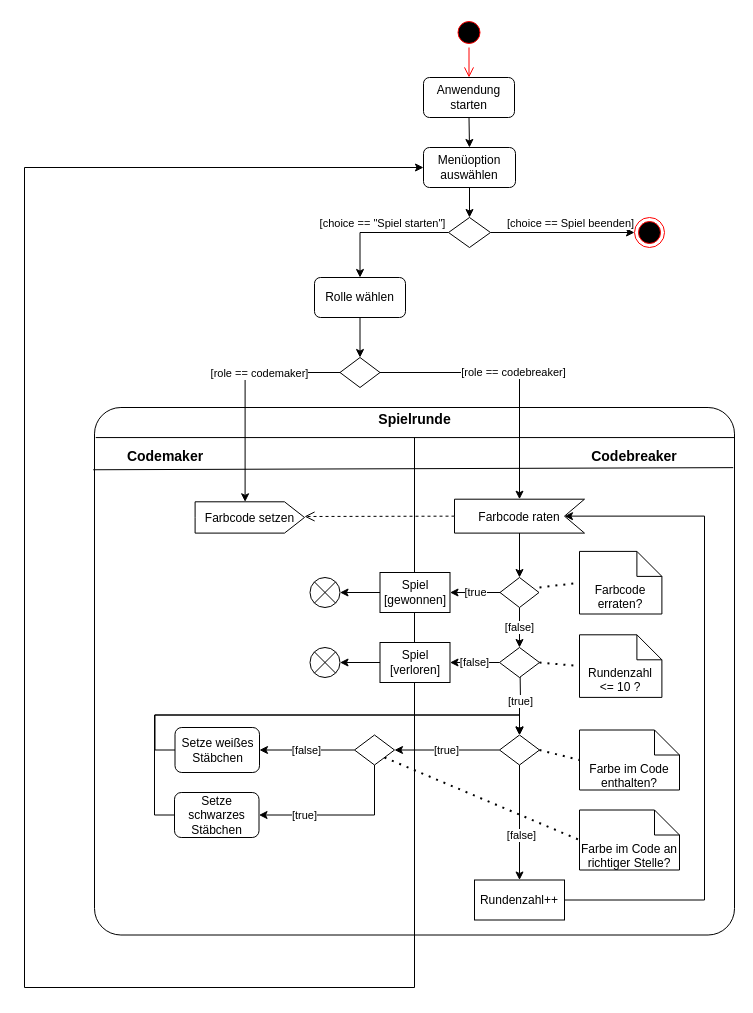
Above: diagrams/aktivitaetsdiagramm_new.drawio in a-urbanek/superhirn_22 (draw.io), before the change. Source tidied: cells renumbered, new cells numbered last; positions are measured from the earlier drawing's top-left corner, leaving out a move shared by most shapes. Both pictures are drawn from the tidied source at 100%, with x=0, y=0 at pixel (24, 17).
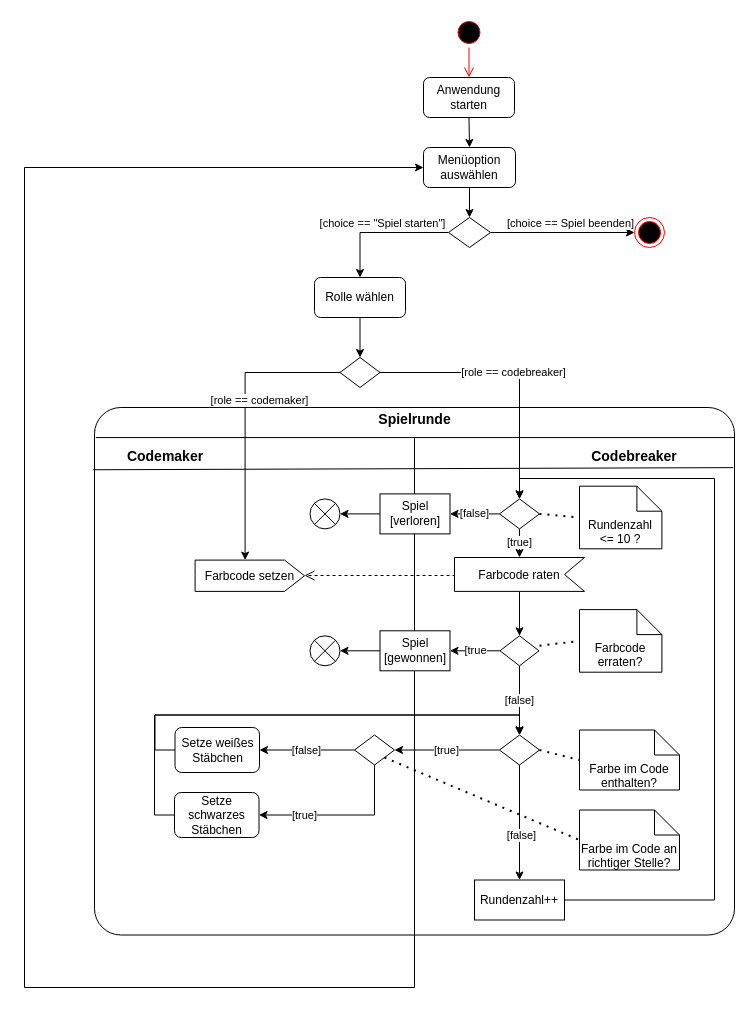
The same page after the edit.

Commit message:
Anpassung der Sequenz

The change refers to these unchanged cells:
```xml
<mxCell id="19" style="rhombus;whiteSpace=wrap;html=1;" parent="1" vertex="1">
  <mxGeometry x="315.5" y="340" width="40" height="30" as="geometry" />
</mxCell>
<mxCell id="32" style="rhombus;whiteSpace=wrap;html=1;" parent="1" vertex="1">
  <mxGeometry x="475" y="717.5" width="40" height="30" as="geometry" />
</mxCell>
<mxCell id="45" value="Rundenzahl++" style="rounded=0;whiteSpace=wrap;html=1;" parent="1" vertex="1">
  <mxGeometry x="450" y="862.5" width="90" height="40" as="geometry" />
</mxCell>
```

Change to the diagram source:
```diff
@@
-    <mxCell id="18" value="[role == codebreaker]" style="edgeStyle=orthogonalEdgeStyle;rounded=0;jettySize=auto;html=1;exitX=1;exitY=0.5;exitDx=0;exitDy=0;entryX=0;entryY=0;entryDx=65;entryDy=0;entryPerimeter=0;" parent="1" edge="1" source="19" target="50">
+    <mxCell id="18" value="[role == codebreaker]" style="edgeStyle=orthogonalEdgeStyle;rounded=0;jettySize=auto;html=1;exitX=1;exitY=0.5;exitDx=0;exitDy=0;entryX=0.5;entryY=0;entryDx=0;entryDy=0;" parent="1" edge="1" source="19" target="27">
       <mxGeometry relative="1" as="geometry" />
     </mxCell>
@@
+    <mxCell id="23" value="[true" style="edgeStyle=orthogonalEdgeStyle;rounded=0;jettySize=auto;html=1;exitX=0;exitY=0.5;exitDx=0;exitDy=0;entryX=1;entryY=0.5;entryDx=0;entryDy=0;" parent="1" edge="1" source="24" target="56">
+      <mxGeometry relative="1" as="geometry" />
+    </mxCell>
-    <mxCell id="22" value="[false]" style="edgeStyle=orthogonalEdgeStyle;rounded=0;jettySize=auto;html=1;exitX=0.5;exitY=1;exitDx=0;exitDy=0;entryX=0.5;entryY=0;entryDx=0;entryDy=0;" parent="1" edge="1" source="24" target="27">
+    <mxCell id="22" value="[false]" style="edgeStyle=orthogonalEdgeStyle;rounded=0;jettySize=auto;html=1;exitX=0.5;exitY=1;exitDx=0;exitDy=0;entryX=0.5;entryY=0;entryDx=0;entryDy=0;" parent="1" edge="1" source="24" target="32">
       <mxGeometry relative="1" as="geometry" />
     </mxCell>
-    <mxCell id="23" value="[true" style="edgeStyle=orthogonalEdgeStyle;rounded=0;jettySize=auto;html=1;exitX=0;exitY=0.5;exitDx=0;exitDy=0;entryX=1;entryY=0.5;entryDx=0;entryDy=0;" parent="1" edge="1" source="24" target="56">
-      <mxGeometry relative="1" as="geometry" />
-    </mxCell>
     <mxCell id="24" style="rhombus;whiteSpace=wrap;html=1;" parent="1" vertex="1">
-      <mxGeometry x="475.5" y="560" width="39" height="30" as="geometry" />
+      <mxGeometry x="475.5" y="618.3" width="39" height="30" as="geometry" />
     </mxCell>
@@
-    <mxCell id="26" value="[true]" style="edgeStyle=orthogonalEdgeStyle;rounded=0;jettySize=auto;html=1;exitX=0.5;exitY=1;exitDx=0;exitDy=0;entryX=0.5;entryY=0;entryDx=0;entryDy=0;" parent="1" edge="1" target="32">
-      <mxGeometry relative="1" as="geometry">
-        <mxPoint x="495.5" y="650" as="sourcePoint" />
-      </mxGeometry>
+    <mxCell id="26" value="[true]" style="edgeStyle=orthogonalEdgeStyle;rounded=0;jettySize=auto;html=1;exitX=0.5;exitY=1;exitDx=0;exitDy=0;entryX=0;entryY=0;entryDx=65;entryDy=0;entryPerimeter=0;" parent="1" edge="1" source="27" target="50">
+      <mxGeometry relative="1" as="geometry" />
     </mxCell>
     <mxCell id="27" style="rhombus;whiteSpace=wrap;html=1;" parent="1" vertex="1">
-      <mxGeometry x="475" y="630" width="40" height="30" as="geometry" />
+      <mxGeometry x="475" y="481.4" width="40" height="30" as="geometry" />
     </mxCell>
     <mxCell id="28" style="endArrow=none;dashed=1;html=1;dashPattern=1 3;strokeWidth=2;rounded=0;entryX=0;entryY=0.5;entryDx=0;entryDy=0;entryPerimeter=0;" parent="1" edge="1" target="52">
       <mxGeometry relative="1" as="geometry">
-        <mxPoint x="515" y="570" as="sourcePoint" />
+        <mxPoint x="515" y="628.3" as="sourcePoint" />
       </mxGeometry>
     </mxCell>
@@
-    <mxCell id="44" style="edgeStyle=orthogonalEdgeStyle;rounded=0;jettySize=auto;html=1;exitX=1;exitY=0.5;exitDx=0;exitDy=0;entryX=0;entryY=0;entryDx=20;entryDy=16.945;entryPerimeter=0;" parent="1" edge="1" source="45" target="50">
-      <mxGeometry relative="1" as="geometry">
-        <Array as="points">
-          <mxPoint x="680" y="883" />
-          <mxPoint x="680" y="499" />
-        </Array>
-      </mxGeometry>
-    </mxCell>
+    <mxCell id="65" style="edgeStyle=orthogonalEdgeStyle;rounded=0;jettySize=auto;html=1;exitX=1;exitY=0.5;exitDx=0;exitDy=0;entryX=0.5;entryY=0;entryDx=0;entryDy=0;" parent="1" edge="1" source="45" target="27">
+      <mxGeometry relative="1" as="geometry">
+        <Array as="points">
+          <mxPoint x="690" y="883" />
+          <mxPoint x="690" y="461" />
+          <mxPoint x="495" y="461" />
+        </Array>
+      </mxGeometry>
+    </mxCell>
@@
     <mxCell id="48" value="&lt;font style=&quot;font-size: 12px;&quot;&gt;Farbcode setzen&lt;/font&gt;" style="html=1;shape=mxgraph.infographic.ribbonSimple;notch1=0;notch2=20;align=center;verticalAlign=middle;fontSize=14;fontStyle=0;fillColor=#FFFFFF;whiteSpace=wrap;" parent="1" vertex="1">
-      <mxGeometry x="170.6" y="484.3" width="109.4" height="31.3" as="geometry" />
+      <mxGeometry x="170.6" y="542.6" width="109.4" height="31.3" as="geometry" />
     </mxCell>
@@
     <mxCell id="50" value="&lt;font style=&quot;font-size: 12px;&quot;&gt;Farbcode raten&lt;/font&gt;" style="html=1;shape=mxgraph.infographic.ribbonSimple;notch1=20;notch2=0;align=center;verticalAlign=middle;fontSize=14;fontStyle=0;flipH=1;fillColor=#FFFFFF;whiteSpace=wrap;" parent="1" vertex="1">
-      <mxGeometry x="430" y="481.7" width="130" height="33.9" as="geometry" />
+      <mxGeometry x="430" y="540" width="130" height="33.9" as="geometry" />
     </mxCell>
     <mxCell id="51" value="Rundenzahl &lt;br&gt;&amp;lt;= 10 ?" style="shape=note2;boundedLbl=1;whiteSpace=wrap;html=1;size=25;verticalAlign=top;align=center;" parent="1" vertex="1">
-      <mxGeometry x="555" y="617.3" width="82.4" height="62.6" as="geometry" />
+      <mxGeometry x="555" y="468.7" width="82.4" height="62.6" as="geometry" />
     </mxCell>
     <mxCell id="52" value="Farbcode erraten?" style="shape=note2;boundedLbl=1;whiteSpace=wrap;html=1;size=25;verticalAlign=top;align=center;" parent="1" vertex="1">
-      <mxGeometry x="555" y="533.9" width="82.4" height="62.6" as="geometry" />
+      <mxGeometry x="555" y="592.1" width="82.4" height="62.6" as="geometry" />
     </mxCell>
@@
     <mxCell id="56" value="Spiel [gewonnen]" style="rounded=0;whiteSpace=wrap;html=1;" parent="1" vertex="1">
-      <mxGeometry x="355.5" y="555" width="70" height="40" as="geometry" />
+      <mxGeometry x="355.5" y="613.3" width="70" height="40" as="geometry" />
     </mxCell>
@@
     <mxCell id="58" value="&lt;div&gt;Spiel&lt;/div&gt;&lt;div&gt;[verloren]&lt;br&gt;&lt;/div&gt;" style="rounded=0;whiteSpace=wrap;html=1;" parent="1" vertex="1">
-      <mxGeometry x="355.5" y="625" width="70" height="40" as="geometry" />
+      <mxGeometry x="355.5" y="476.4" width="70" height="40" as="geometry" />
     </mxCell>
@@
-    <mxCell id="62" style="html=1;verticalAlign=bottom;endArrow=open;dashed=1;endSize=8;edgeStyle=elbowEdgeStyle;elbow=vertical;curved=0;rounded=0;exitX=1;exitY=0.5;exitDx=0;exitDy=0;exitPerimeter=0;entryX=1;entryY=0.5;entryDx=0;entryDy=0;entryPerimeter=0;" parent="1" edge="1" source="50" target="48">
-      <mxGeometry relative="1" as="geometry" />
+    <mxCell id="62" style="html=1;verticalAlign=bottom;endArrow=open;dashed=1;endSize=8;edgeStyle=elbowEdgeStyle;elbow=vertical;curved=0;rounded=0;exitX=1;exitY=0.5;exitDx=0;exitDy=0;exitPerimeter=0;entryX=1;entryY=0.5;entryDx=0;entryDy=0;entryPerimeter=0;" parent="1" edge="1" source="50">
+      <mxGeometry relative="1" as="geometry">
+        <mxPoint x="280" y="558.3" as="targetPoint" />
+      </mxGeometry>
     </mxCell>
     <mxCell id="63" style="shape=sumEllipse;perimeter=ellipsePerimeter;html=1;backgroundOutline=1;" parent="1" vertex="1">
-      <mxGeometry x="285.5" y="560" width="30" height="30" as="geometry" />
+      <mxGeometry x="285.5" y="618.3" width="30" height="30" as="geometry" />
     </mxCell>
     <mxCell id="64" style="shape=sumEllipse;perimeter=ellipsePerimeter;html=1;backgroundOutline=1;" parent="1" vertex="1">
-      <mxGeometry x="285.5" y="630" width="30" height="30" as="geometry" />
+      <mxGeometry x="285.5" y="481.4" width="30" height="30" as="geometry" />
     </mxCell>
```
